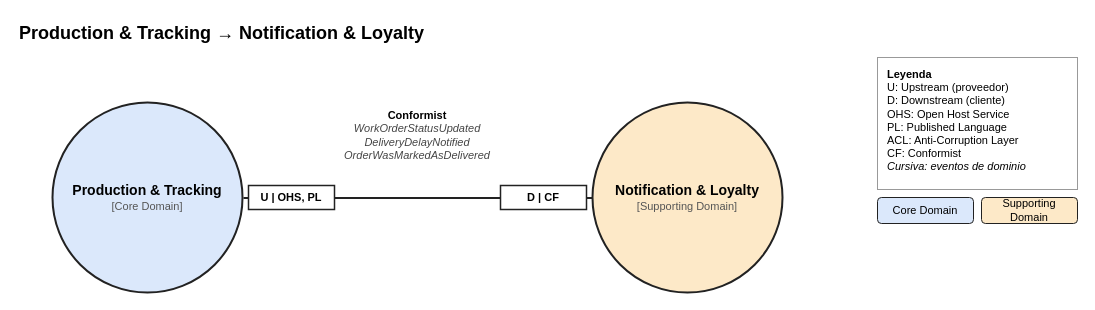
Above: assets/cap2/context-mapping/source/context-map-5-production-notification.drawio in BL-App-Movil-1ACC0238-2620-4951/Logix-OptiFlow-Report (draw.io), before the change. Source tidied: cells renumbered, new cells numbered last; positions are measured from the earlier drawing's top-left corner, leaving out a move shared by most shapes. Both pictures are drawn from the tidied source at 100%, with x=0, y=0 at pixel (17, 17).
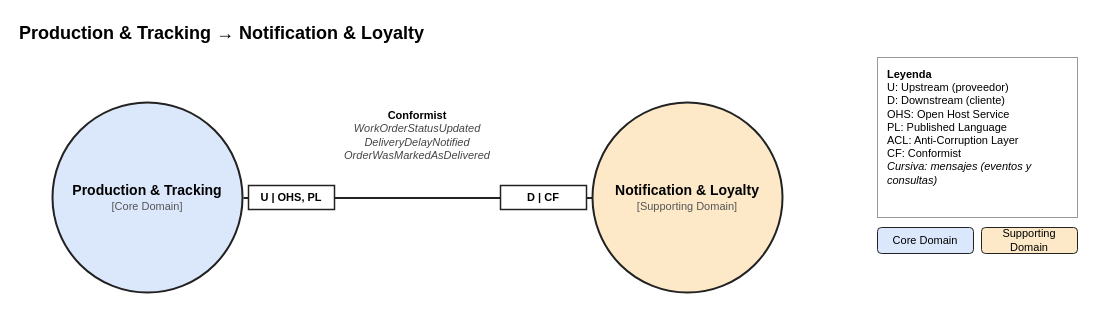
The same diagram, later.

The edit, as a diff of the source:
```diff
@@
 <mxGraphModel background="#ffffff">
   <root>
     <mxCell id="0" />
     <mxCell id="1" parent="0" />
     <mxCell id="2" value="Production &amp; Tracking → Notification &amp; Loyalty" style="text;html=1;align=left;verticalAlign=middle;fontSize=18;fontStyle=1;" parent="1" vertex="1">
       <mxGeometry width="900" height="32" as="geometry" />
     </mxCell>
     <mxCell id="3" value="&lt;b style=&quot;font-size:14px&quot;&gt;Production &amp;amp; Tracking&lt;/b&gt;&lt;br&gt;&lt;span style=&quot;font-size:11px;color:#555555&quot;&gt;[Core Domain]&lt;/span&gt;" style="ellipse;whiteSpace=wrap;html=1;fillColor=#dbe8fb;strokeColor=#222222;strokeWidth=2;" parent="1" vertex="1">
       <mxGeometry x="35" y="85" width="190" height="190" as="geometry" />
     </mxCell>
     <mxCell id="4" value="&lt;b style=&quot;font-size:14px&quot;&gt;Notification &amp;amp; Loyalty&lt;/b&gt;&lt;br&gt;&lt;span style=&quot;font-size:11px;color:#555555&quot;&gt;[Supporting Domain]&lt;/span&gt;" style="ellipse;whiteSpace=wrap;html=1;fillColor=#fde9c8;strokeColor=#222222;strokeWidth=2;" parent="1" vertex="1">
       <mxGeometry x="575" y="85" width="190" height="190" as="geometry" />
     </mxCell>
     <mxCell id="5" style="text;" parent="1" vertex="1">
       <mxGeometry x="225" y="180" width="1" height="1" as="geometry" />
     </mxCell>
     <mxCell id="6" style="text;" parent="1" vertex="1">
       <mxGeometry x="575" y="180" width="1" height="1" as="geometry" />
     </mxCell>
     <mxCell id="7" style="endArrow=none;html=1;strokeWidth=2;strokeColor=#222222;" parent="1" edge="1" source="5" target="6">
       <mxGeometry relative="1" as="geometry" />
     </mxCell>
     <mxCell id="8" value="U | OHS, PL" style="rounded=0;whiteSpace=wrap;html=1;fillColor=#ffffff;strokeColor=#222222;strokeWidth=1.5;fontSize=11;fontStyle=1;" parent="1" vertex="1">
       <mxGeometry x="231" y="168" width="86" height="24" as="geometry" />
     </mxCell>
     <mxCell id="9" value="D | CF" style="rounded=0;whiteSpace=wrap;html=1;fillColor=#ffffff;strokeColor=#222222;strokeWidth=1.5;fontSize=11;fontStyle=1;" parent="1" vertex="1">
       <mxGeometry x="483" y="168" width="86" height="24" as="geometry" />
     </mxCell>
     <mxCell id="10" value="&lt;b&gt;Conformist&lt;/b&gt;&lt;br&gt;&lt;i style=&quot;color:#444444&quot;&gt;WorkOrderStatusUpdated&lt;br&gt;DeliveryDelayNotified&lt;br&gt;OrderWasMarkedAsDelivered&lt;/i&gt;" style="text;html=1;align=center;verticalAlign=middle;fontSize=11;whiteSpace=wrap;" parent="1" vertex="1">
       <mxGeometry x="315" y="86" width="170" height="64" as="geometry" />
     </mxCell>
-    <mxCell id="11" value="&lt;b&gt;Leyenda&lt;/b&gt;&lt;br&gt;U: Upstream (proveedor)&lt;br&gt;D: Downstream (cliente)&lt;br&gt;OHS: Open Host Service&lt;br&gt;PL: Published Language&lt;br&gt;ACL: Anti-Corruption Layer&lt;br&gt;CF: Conformist&lt;br&gt;&lt;i&gt;Cursiva: eventos de dominio&lt;/i&gt;" style="rounded=0;whiteSpace=wrap;html=1;fillColor=#ffffff;strokeColor=#999999;align=left;verticalAlign=top;spacingLeft=8;spacingTop=4;fontSize=11;" parent="1" vertex="1">
-      <mxGeometry x="860" y="40" width="200" height="132" as="geometry" />
+    <mxCell id="11" value="&lt;b&gt;Leyenda&lt;/b&gt;&lt;br&gt;U: Upstream (proveedor)&lt;br&gt;D: Downstream (cliente)&lt;br&gt;OHS: Open Host Service&lt;br&gt;PL: Published Language&lt;br&gt;ACL: Anti-Corruption Layer&lt;br&gt;CF: Conformist&lt;br&gt;&lt;i&gt;Cursiva: mensajes (eventos y consultas)&lt;/i&gt;" style="rounded=0;whiteSpace=wrap;html=1;fillColor=#ffffff;strokeColor=#999999;align=left;verticalAlign=top;spacingLeft=8;spacingTop=4;fontSize=11;" parent="1" vertex="1">
+      <mxGeometry x="860" y="40" width="200" height="160" as="geometry" />
     </mxCell>
     <mxCell id="12" value="Core Domain" style="rounded=1;whiteSpace=wrap;html=1;fillColor=#dbe8fb;strokeColor=#222222;fontSize=11;" parent="1" vertex="1">
-      <mxGeometry x="860" y="180" width="96" height="26" as="geometry" />
+      <mxGeometry x="860" y="210" width="96" height="26" as="geometry" />
     </mxCell>
     <mxCell id="13" value="Supporting Domain" style="rounded=1;whiteSpace=wrap;html=1;fillColor=#fde9c8;strokeColor=#222222;fontSize=11;" parent="1" vertex="1">
-      <mxGeometry x="964" y="180" width="96" height="26" as="geometry" />
+      <mxGeometry x="964" y="210" width="96" height="26" as="geometry" />
     </mxCell>
   </root>
 </mxGraphModel>
```
